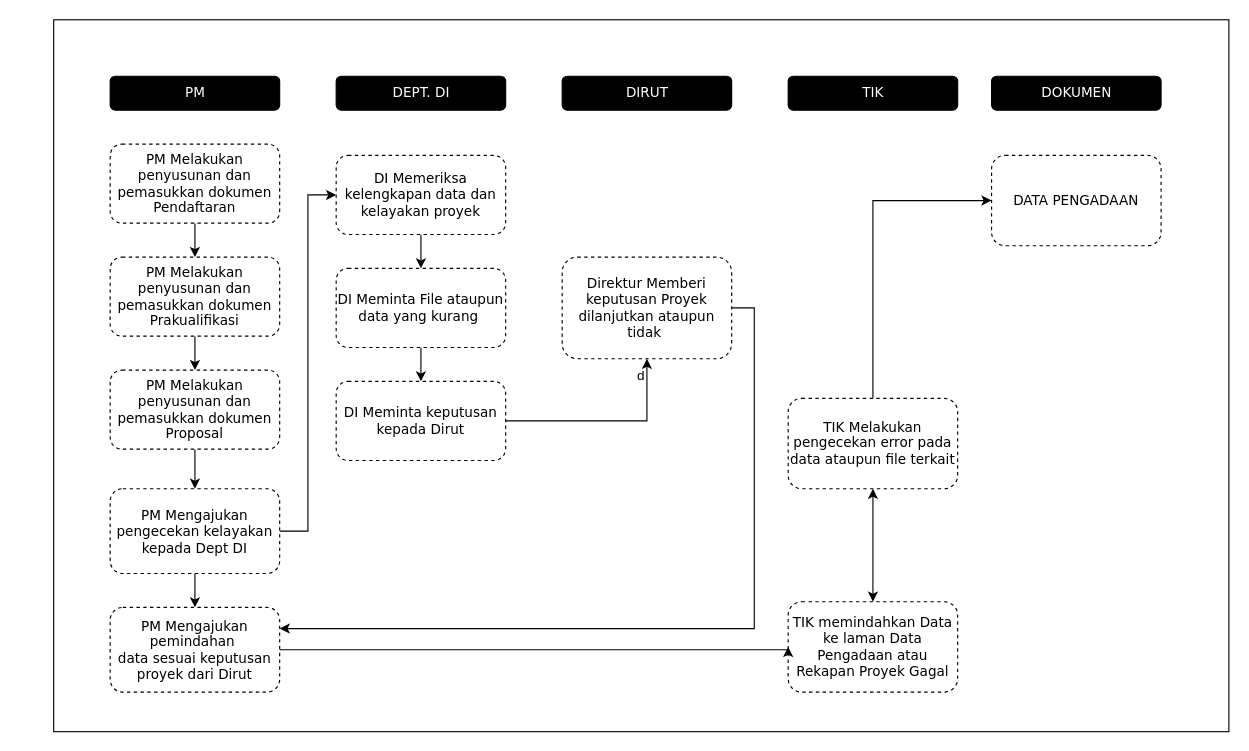
Before: Pro_DataPengadaan.drawio in Tian7877/Hanoi_Tower, a draw.io diagram. Source tidied: cells renumbered, new cells numbered last; positions are measured from the earlier drawing's top-left corner, leaving out a move shared by most shapes. Both pictures are drawn from the tidied source at 113%, with x=0, y=0 at pixel (53, 19).
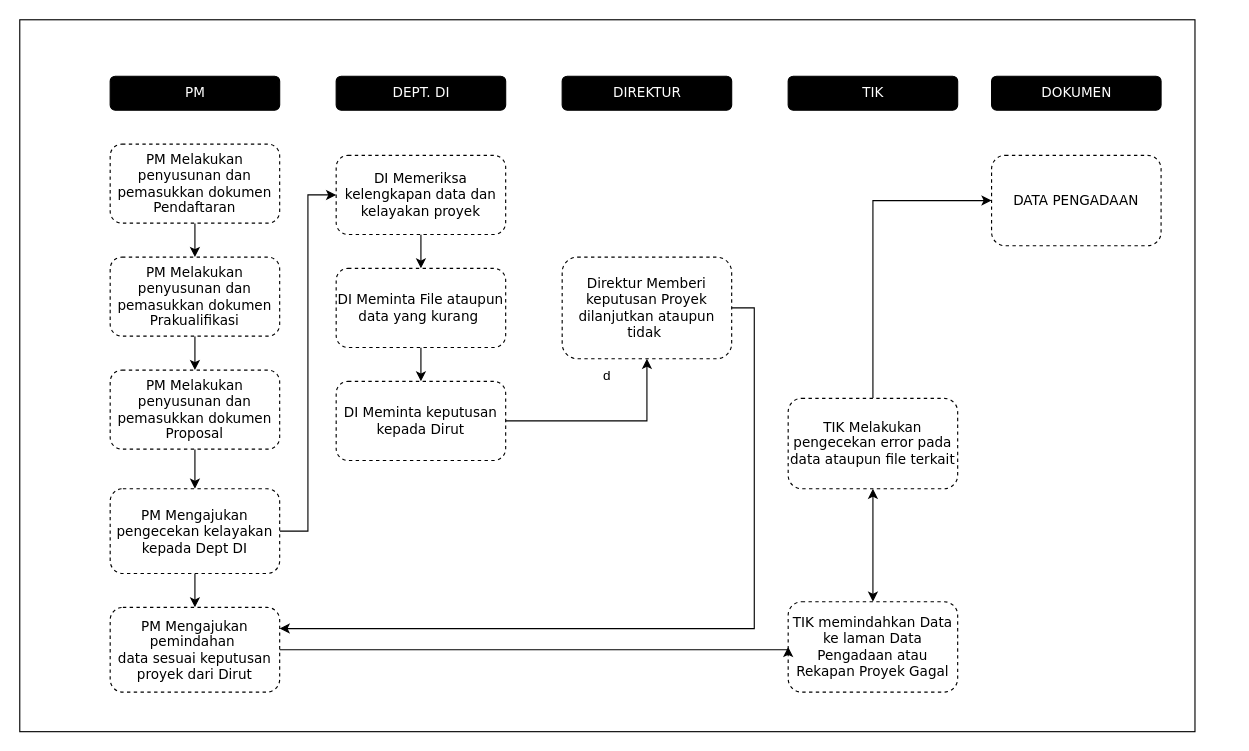
The same diagram, later.

What changed in the source:
```diff
@@
-    <mxCell id="16" value="DIRUT" style="rounded=1;html=1;fillColor=#000000;fontColor=#ffffff;fontFamily=Verdana;" parent="1" vertex="1">
+    <mxCell id="16" value="DIREKTUR" style="rounded=1;html=1;fillColor=#000000;fontColor=#ffffff;fontFamily=Verdana;" parent="1" vertex="1">
       <mxGeometry x="450" y="50" width="150" height="30" as="geometry" />
     </mxCell>
@@
     <mxCell id="32" value="d" style="rounded=0;whiteSpace=wrap;html=1;fillColor=none;" parent="1" vertex="1">
-      <mxGeometry width="1040" height="630" as="geometry" />
+      <mxGeometry x="-30" width="1040" height="630" as="geometry" />
     </mxCell>
```
